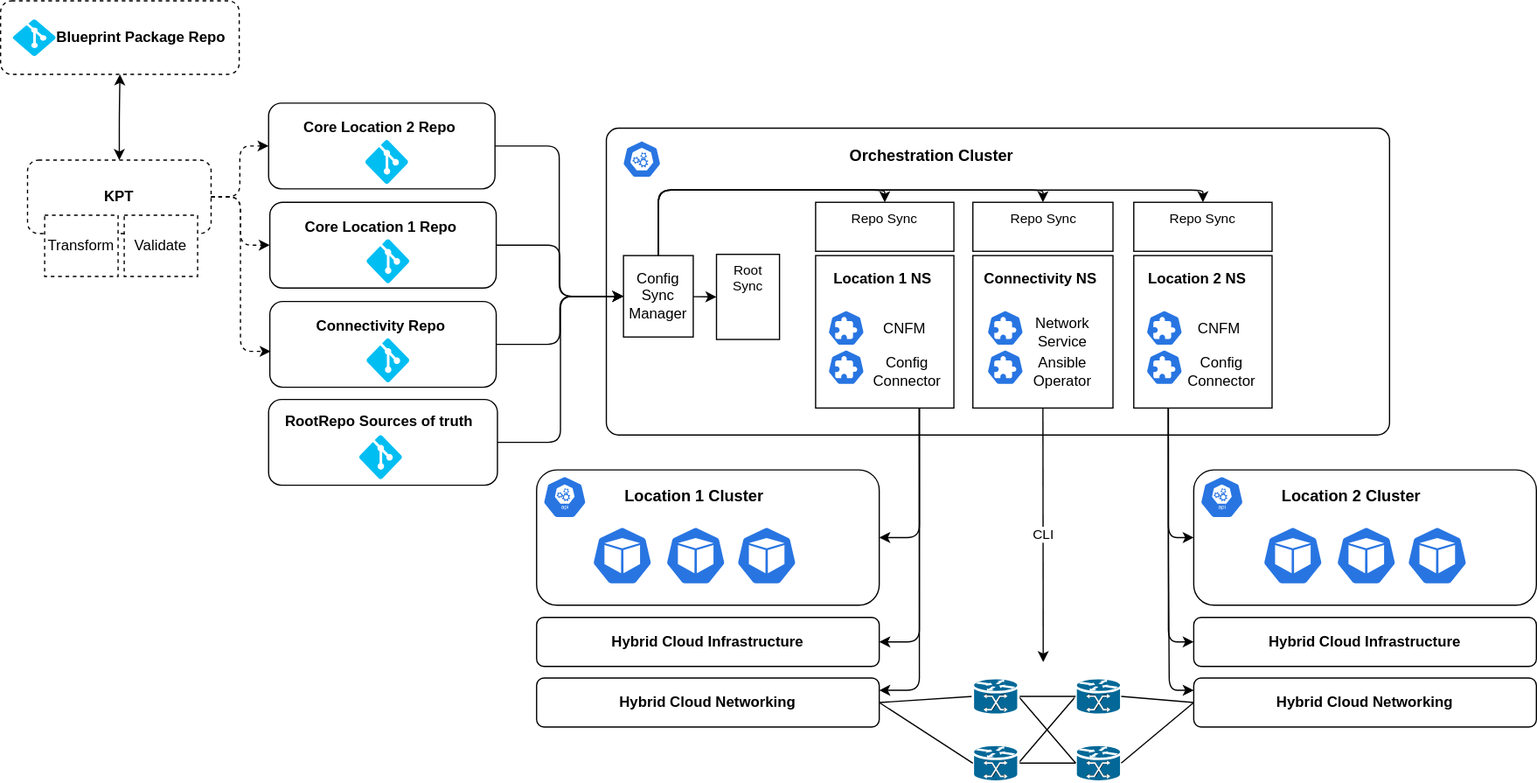
The draw.io diagram drawings/lifecycle/repos.drawio.svg in LeegenSteven/NetworkAgent-dev, before a commit. Source tidied: cells renumbered, new cells last; positions are measured from the earlier drawing's top-left corner, leaving out a move shared by most shapes.
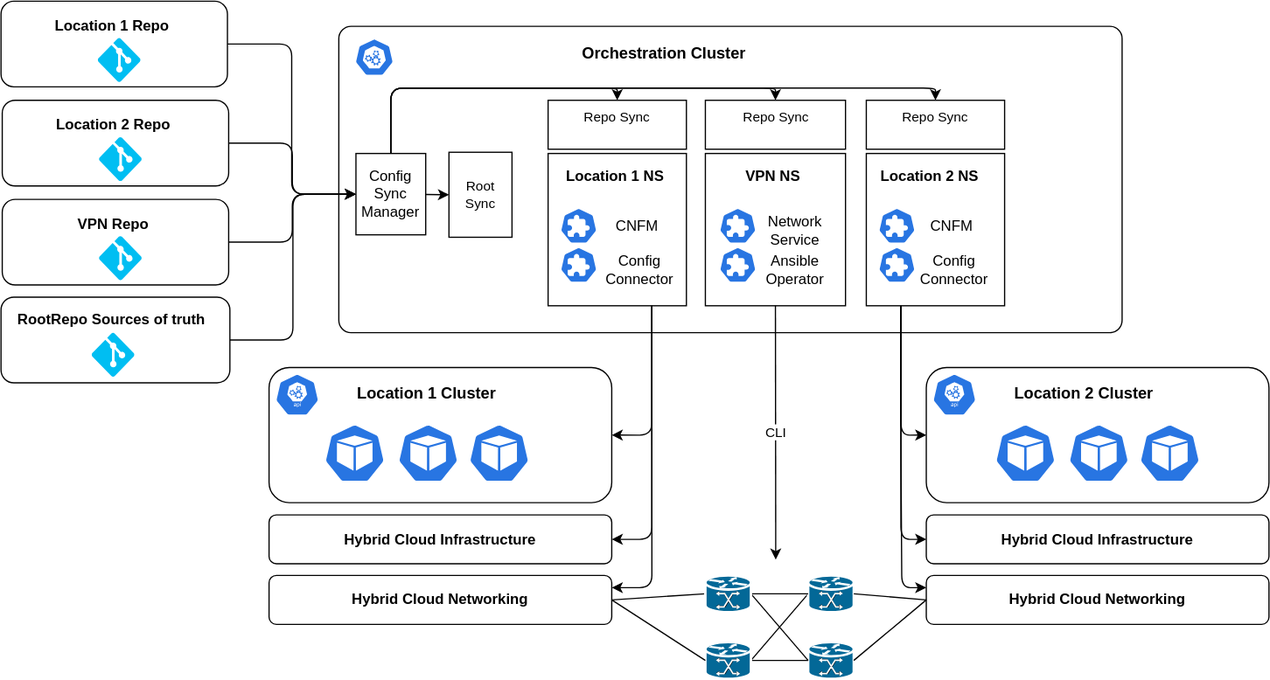
Above is the later version.

The edit, as a diff of the source:
```diff
@@ -8,9 +8,6 @@
     <mxCell id="3" style="rounded=1;whiteSpace=wrap;html=1;arcSize=4;" parent="1" vertex="1">
       <mxGeometry x="495" y="104" width="640" height="250.5" as="geometry" />
     </mxCell>
-    <mxCell id="4" style="rounded=1;whiteSpace=wrap;html=1;dashed=1;" parent="1" vertex="1">
-      <mxGeometry width="195" height="60" as="geometry" />
-    </mxCell>
     <mxCell id="5" style="edgeStyle=orthogonalEdgeStyle;html=1;entryX=0;entryY=0.5;entryDx=0;entryDy=0;exitX=1;exitY=0.5;exitDx=0;exitDy=0;" parent="1" edge="1" source="6" target="16">
       <mxGeometry relative="1" as="geometry" />
     </mxCell>
@@ -26,7 +23,7 @@
     <mxCell id="9" style="verticalLabelPosition=bottom;html=1;verticalAlign=top;align=center;strokeColor=none;fillColor=#00BEF2;shape=mxgraph.azure.git_repository;" parent="1" vertex="1">
       <mxGeometry x="293" y="354.5" width="35" height="36" as="geometry" />
     </mxCell>
-    <mxCell id="10" value="Connectivity Repo" style="text;html=1;strokeColor=none;fillColor=none;align=center;verticalAlign=middle;whiteSpace=wrap;rounded=0;fontStyle=1;" parent="1" vertex="1">
+    <mxCell id="10" value="VPN Repo" style="text;html=1;strokeColor=none;fillColor=none;align=center;verticalAlign=middle;whiteSpace=wrap;rounded=0;fontStyle=1;" parent="1" vertex="1">
       <mxGeometry x="221" y="250.5" width="180" height="30" as="geometry" />
     </mxCell>
     <mxCell id="11" value="RootRepo Sources of truth" style="text;html=1;strokeColor=none;fillColor=none;align=center;verticalAlign=middle;whiteSpace=wrap;rounded=0;fontStyle=1;" parent="1" vertex="1">
@@ -47,27 +44,6 @@
     <mxCell id="16" value="Config Sync Manager" style="rounded=0;whiteSpace=wrap;html=1;" parent="1" vertex="1">
       <mxGeometry x="509" y="208" width="57" height="66.5" as="geometry" />
     </mxCell>
-    <mxCell id="17" style="edgeStyle=orthogonalEdgeStyle;html=1;startArrow=classic;startFill=1;" parent="1" edge="1" source="19" target="4">
-      <mxGeometry relative="1" as="geometry" />
-    </mxCell>
-    <mxCell id="18" style="edgeStyle=orthogonalEdgeStyle;html=1;entryX=0.004;entryY=0.582;entryDx=0;entryDy=0;entryPerimeter=0;dashed=1;" parent="1" edge="1" source="19" target="6">
-      <mxGeometry relative="1" as="geometry" />
-    </mxCell>
-    <mxCell id="19" value="KPT" style="rounded=1;whiteSpace=wrap;html=1;fontStyle=1;dashed=1;" parent="1" vertex="1">
-      <mxGeometry x="22" y="130" width="150" height="60" as="geometry" />
-    </mxCell>
-    <mxCell id="20" style="verticalLabelPosition=bottom;html=1;verticalAlign=top;align=center;strokeColor=none;fillColor=#00BEF2;shape=mxgraph.azure.git_repository;" parent="1" vertex="1">
-      <mxGeometry x="10" y="15" width="35" height="30" as="geometry" />
-    </mxCell>
-    <mxCell id="21" value="Blueprint Package Repo" style="text;html=1;strokeColor=none;fillColor=none;align=center;verticalAlign=middle;whiteSpace=wrap;rounded=0;fontStyle=1;" parent="1" vertex="1">
-      <mxGeometry x="40" y="15" width="150" height="30" as="geometry" />
-    </mxCell>
-    <mxCell id="22" value="Validate" style="rounded=0;whiteSpace=wrap;html=1;dashed=1;" parent="1" vertex="1">
-      <mxGeometry x="101" y="175" width="60" height="50" as="geometry" />
-    </mxCell>
-    <mxCell id="23" value="Transform" style="rounded=0;whiteSpace=wrap;html=1;dashed=1;" parent="1" vertex="1">
-      <mxGeometry x="36" y="175" width="60" height="50" as="geometry" />
-    </mxCell>
     <mxCell id="24" style="verticalLabelPosition=bottom;html=1;verticalAlign=top;align=center;strokeColor=none;fillColor=#00BEF2;shape=mxgraph.azure.git_repository;" parent="1" vertex="1">
       <mxGeometry x="299" y="275.5" width="35" height="36" as="geometry" />
     </mxCell>
@@ -121,7 +97,7 @@
     <mxCell id="40" value="Orchestration Cluster" style="text;html=1;strokeColor=none;fillColor=none;align=center;verticalAlign=middle;whiteSpace=wrap;rounded=0;fontStyle=1;fontSize=13;" parent="1" vertex="1">
       <mxGeometry x="651" y="111" width="220" height="30" as="geometry" />
     </mxCell>
-    <mxCell id="41" value="Connectivity NS" style="text;html=1;strokeColor=none;fillColor=none;align=center;verticalAlign=middle;whiteSpace=wrap;rounded=0;fontStyle=1;" parent="1" vertex="1">
+    <mxCell id="41" value="VPN NS" style="text;html=1;strokeColor=none;fillColor=none;align=center;verticalAlign=middle;whiteSpace=wrap;rounded=0;fontStyle=1;" parent="1" vertex="1">
       <mxGeometry x="785" y="212" width="130" height="30" as="geometry" />
     </mxCell>
     <mxCell id="42" value="Location 2 NS" style="text;html=1;strokeColor=none;fillColor=none;align=center;verticalAlign=middle;whiteSpace=wrap;rounded=0;fontStyle=1;" parent="1" vertex="1">
@@ -136,13 +112,13 @@
     <mxCell id="45" value="Repo Sync" style="rounded=0;whiteSpace=wrap;html=1;fontSize=11;verticalAlign=top;" parent="1" vertex="1">
       <mxGeometry x="926" y="164.5" width="113" height="40" as="geometry" />
     </mxCell>
-    <mxCell id="46" value="Root Sync" style="rounded=0;whiteSpace=wrap;html=1;fontSize=11;verticalAlign=top;" parent="1" vertex="1">
+    <mxCell id="46" value="Root Sync" style="rounded=0;whiteSpace=wrap;html=1;fontSize=11;verticalAlign=middle;" parent="1" vertex="1">
       <mxGeometry x="585" y="207" width="51.5" height="69.5" as="geometry" />
     </mxCell>
     <mxCell id="47" style="rounded=1;whiteSpace=wrap;html=1;" parent="1" vertex="1">
       <mxGeometry x="220" y="164.5" width="185" height="70" as="geometry" />
     </mxCell>
-    <mxCell id="48" value="Core Location 1 Repo" style="text;html=1;strokeColor=none;fillColor=none;align=center;verticalAlign=middle;whiteSpace=wrap;rounded=0;fontStyle=1;" parent="1" vertex="1">
+    <mxCell id="48" value="Location 2 Repo" style="text;html=1;strokeColor=none;fillColor=none;align=center;verticalAlign=middle;whiteSpace=wrap;rounded=0;fontStyle=1;" parent="1" vertex="1">
       <mxGeometry x="221" y="169.5" width="180" height="30" as="geometry" />
     </mxCell>
     <mxCell id="49" style="verticalLabelPosition=bottom;html=1;verticalAlign=top;align=center;strokeColor=none;fillColor=#00BEF2;shape=mxgraph.azure.git_repository;" parent="1" vertex="1">
@@ -151,7 +127,7 @@
     <mxCell id="50" style="rounded=1;whiteSpace=wrap;html=1;" parent="1" vertex="1">
       <mxGeometry x="219" y="83.5" width="185" height="70" as="geometry" />
     </mxCell>
-    <mxCell id="51" value="Core Location 2 Repo" style="text;html=1;strokeColor=none;fillColor=none;align=center;verticalAlign=middle;whiteSpace=wrap;rounded=0;fontStyle=1;" parent="1" vertex="1">
+    <mxCell id="51" value="Location 1 Repo" style="text;html=1;strokeColor=none;fillColor=none;align=center;verticalAlign=middle;whiteSpace=wrap;rounded=0;fontStyle=1;" parent="1" vertex="1">
       <mxGeometry x="220" y="88.5" width="180" height="30" as="geometry" />
     </mxCell>
     <mxCell id="52" style="verticalLabelPosition=bottom;html=1;verticalAlign=top;align=center;strokeColor=none;fillColor=#00BEF2;shape=mxgraph.azure.git_repository;" parent="1" vertex="1">
@@ -163,12 +139,6 @@
     <mxCell id="54" style="edgeStyle=orthogonalEdgeStyle;html=1;entryX=0;entryY=0.5;entryDx=0;entryDy=0;" parent="1" edge="1" source="50" target="16">
       <mxGeometry relative="1" as="geometry" />
     </mxCell>
-    <mxCell id="55" style="edgeStyle=orthogonalEdgeStyle;html=1;entryX=0;entryY=0.5;entryDx=0;entryDy=0;dashed=1;exitX=1;exitY=0.5;exitDx=0;exitDy=0;" parent="1" edge="1" source="19" target="47">
-      <mxGeometry relative="1" as="geometry" />
-    </mxCell>
-    <mxCell id="56" style="edgeStyle=orthogonalEdgeStyle;html=1;entryX=0;entryY=0.5;entryDx=0;entryDy=0;dashed=1;exitX=1;exitY=0.5;exitDx=0;exitDy=0;" parent="1" edge="1" source="19" target="50">
-      <mxGeometry relative="1" as="geometry" />
-    </mxCell>
     <mxCell id="57" style="shape=mxgraph.cisco.switches.mgx_8000_multiservice_switch;html=1;dashed=0;fillColor=#036897;strokeColor=#ffffff;strokeWidth=2;verticalLabelPosition=bottom;verticalAlign=top;align=center;outlineConnect=0;" parent="1" vertex="1">
       <mxGeometry x="878.5" y="607.5" width="37.2" height="30" as="geometry" />
     </mxCell>
```
